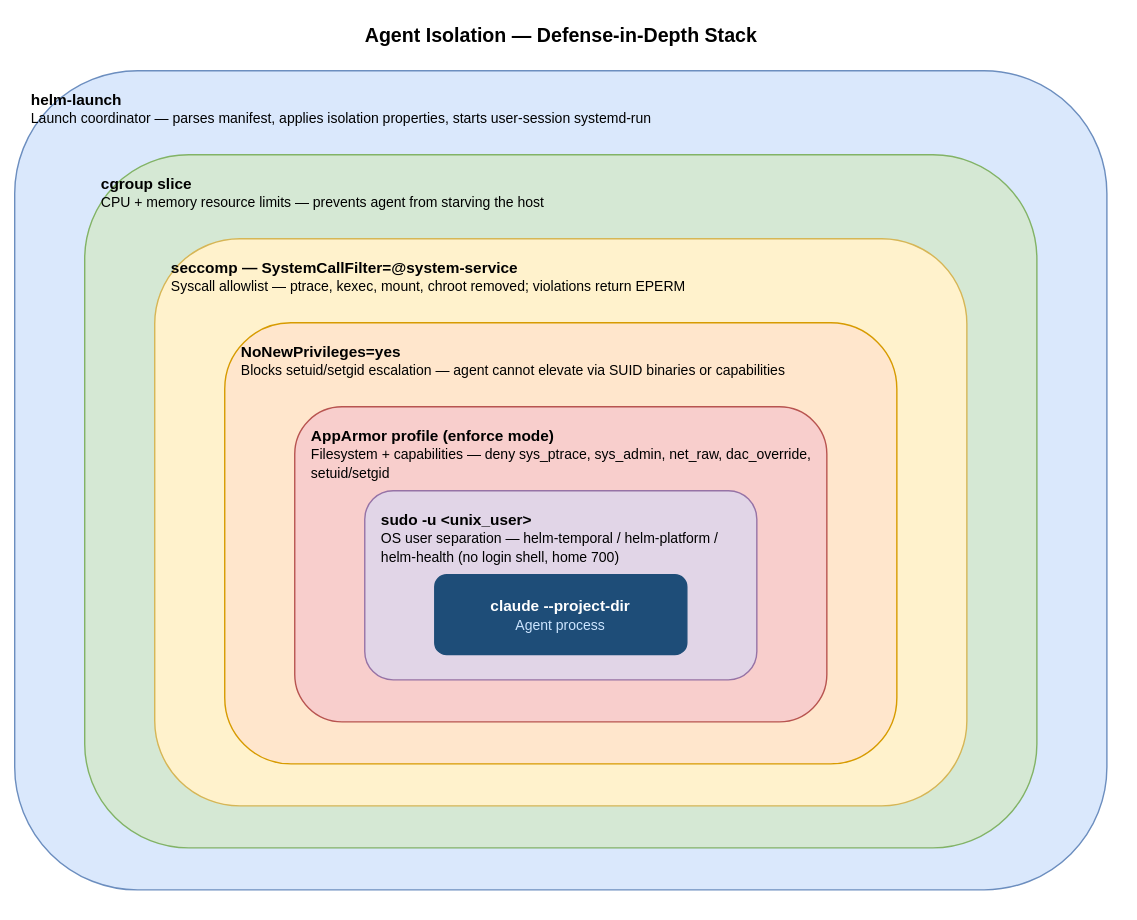
Before: docs/diagrams/agent-isolation.drawio.svg, a diagram exported from draw.io (TadMSTR/homelab-agent). Source tidied: cells renumbered, new cells last; positions are measured from the earlier drawing's top-left corner, leaving out a move shared by most shapes.
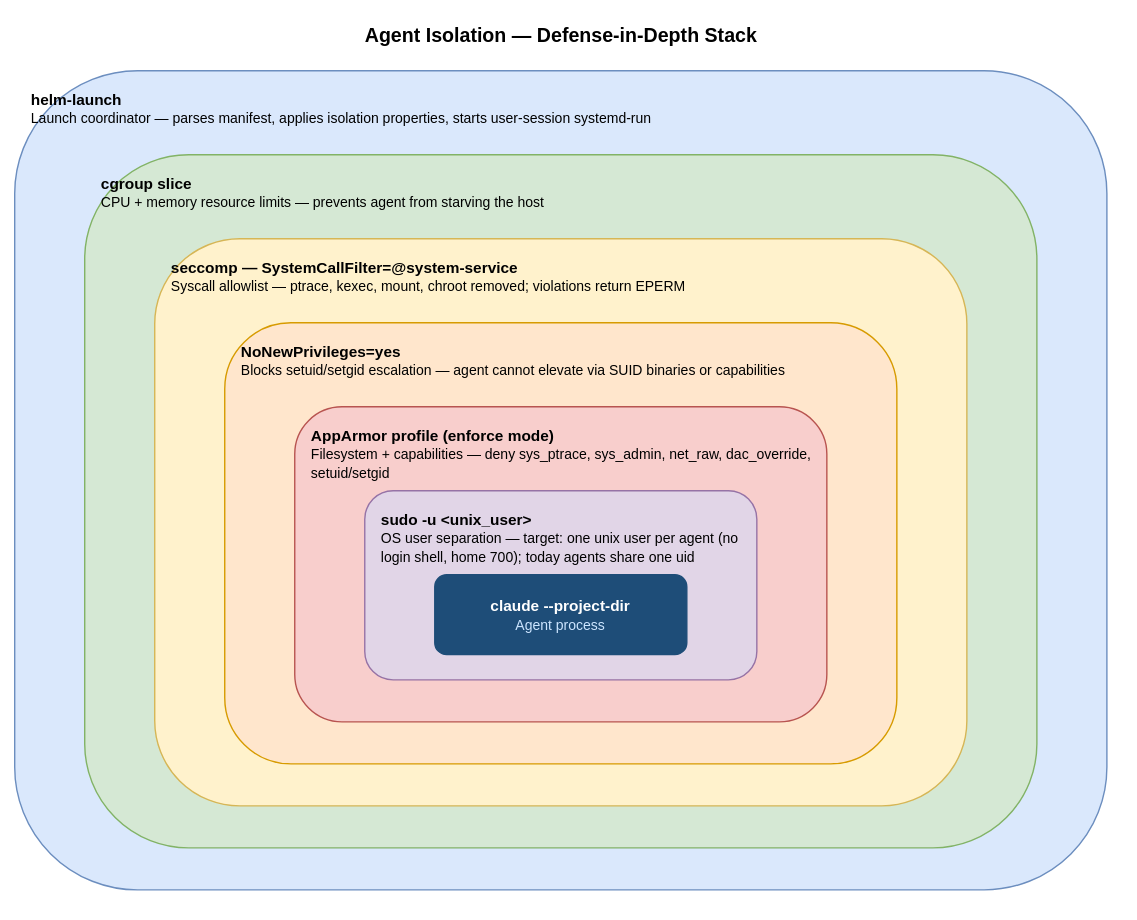
The same diagram one commit later.

What changed in the source:
```diff
@@ -20,7 +20,7 @@
     <mxCell id="7" value="&lt;b&gt;AppArmor profile (enforce mode)&lt;/b&gt;&lt;br&gt;&lt;font style=&quot;font-size:10px&quot;&gt;Filesystem + capabilities — deny sys_ptrace, sys_admin, net_raw, dac_override, setuid/setgid&lt;/font&gt;" style="rounded=1;whiteSpace=wrap;html=1;verticalAlign=top;align=left;spacingLeft=10;spacingTop=8;fillColor=#f8cecc;strokeColor=#b85450;fontSize=11;" parent="1" vertex="1">
       <mxGeometry x="200" y="280" width="380" height="225" as="geometry" />
     </mxCell>
-    <mxCell id="8" value="&lt;b&gt;sudo -u &amp;lt;unix_user&amp;gt;&lt;/b&gt;&lt;br&gt;&lt;font style=&quot;font-size:10px&quot;&gt;OS user separation — helm-temporal / helm-platform / helm-health (no login shell, home 700)&lt;/font&gt;" style="rounded=1;whiteSpace=wrap;html=1;verticalAlign=top;align=left;spacingLeft=10;spacingTop=8;fillColor=#e1d5e7;strokeColor=#9673a6;fontSize=11;" parent="1" vertex="1">
+    <mxCell id="8" value="&lt;b&gt;sudo -u &amp;lt;unix_user&amp;gt;&lt;/b&gt;&lt;br&gt;&lt;font style=&quot;font-size:10px&quot;&gt;OS user separation — target: one unix user per agent (no login shell, home 700); today agents share one uid&lt;/font&gt;" style="rounded=1;whiteSpace=wrap;html=1;verticalAlign=top;align=left;spacingLeft=10;spacingTop=8;fillColor=#e1d5e7;strokeColor=#9673a6;fontSize=11;" parent="1" vertex="1">
       <mxGeometry x="250" y="340" width="280" height="135" as="geometry" />
     </mxCell>
     <mxCell id="9" value="&lt;b style=&quot;color:#ffffff&quot;&gt;claude --project-dir&lt;/b&gt;&lt;br&gt;&lt;font style=&quot;font-size:10px;color:#cce5ff&quot;&gt;Agent process&lt;/font&gt;" style="rounded=1;whiteSpace=wrap;html=1;verticalAlign=middle;align=center;fillColor=#1e4d78;strokeColor=#1e4d78;fontSize=11;fontColor=#ffffff;" parent="1" vertex="1">
```
